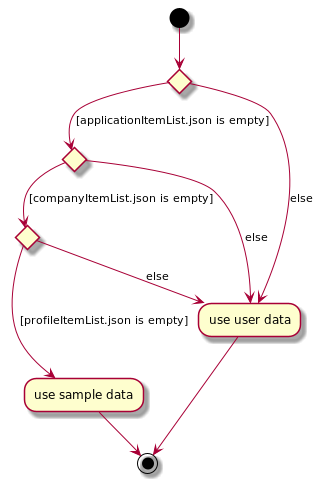
The PlantUML diagram docs/images/SampleDataActivityDiagram.png in shawn-nyk/tp, before a commit.
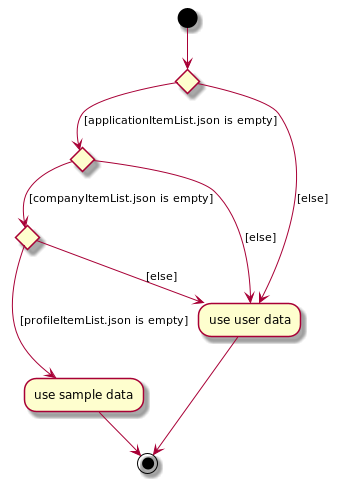
Above is the later version.

Commit message:
Add square brackets

Diff of the diagram source:
```diff
@@ -5,13 +5,13 @@
         ---> [[profileItemList.json is empty&#93;] "use sample data"
         -->(*)
         else
-        --> [else] "use user data"
+        --> [[else&#93;] "use user data"
         Endif
     else
-    --> [else] "use user data"
+    --> [[else&#93;] "use user data"
     Endif
 else
---> [else] "use user data"
+--> [[else&#93;] "use user data"
 Endif
 -->(*)
 @enduml
```
